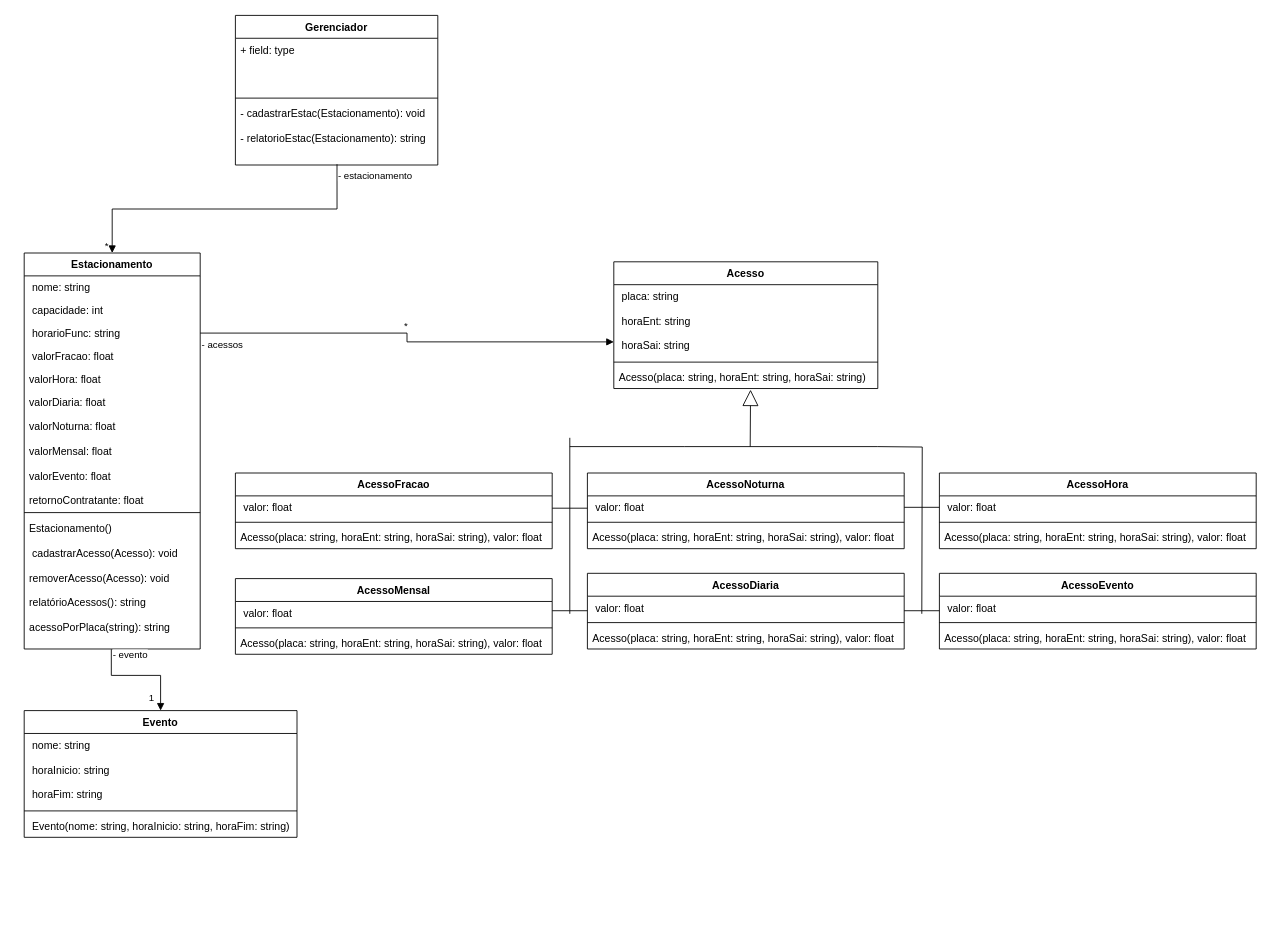
Earlier version of the draw.io diagram page "Classes" (1 of 2) of Trabalho1_estacionamento.drawio (ItaloBrunoM/OO_trabalho). Source tidied: cells renumbered, new cells numbered last; positions are measured from the earlier drawing's top-left corner, leaving out a move shared by most shapes. Both pictures are drawn from the tidied source at 88%, with x=0, y=0 at pixel (24, 15).
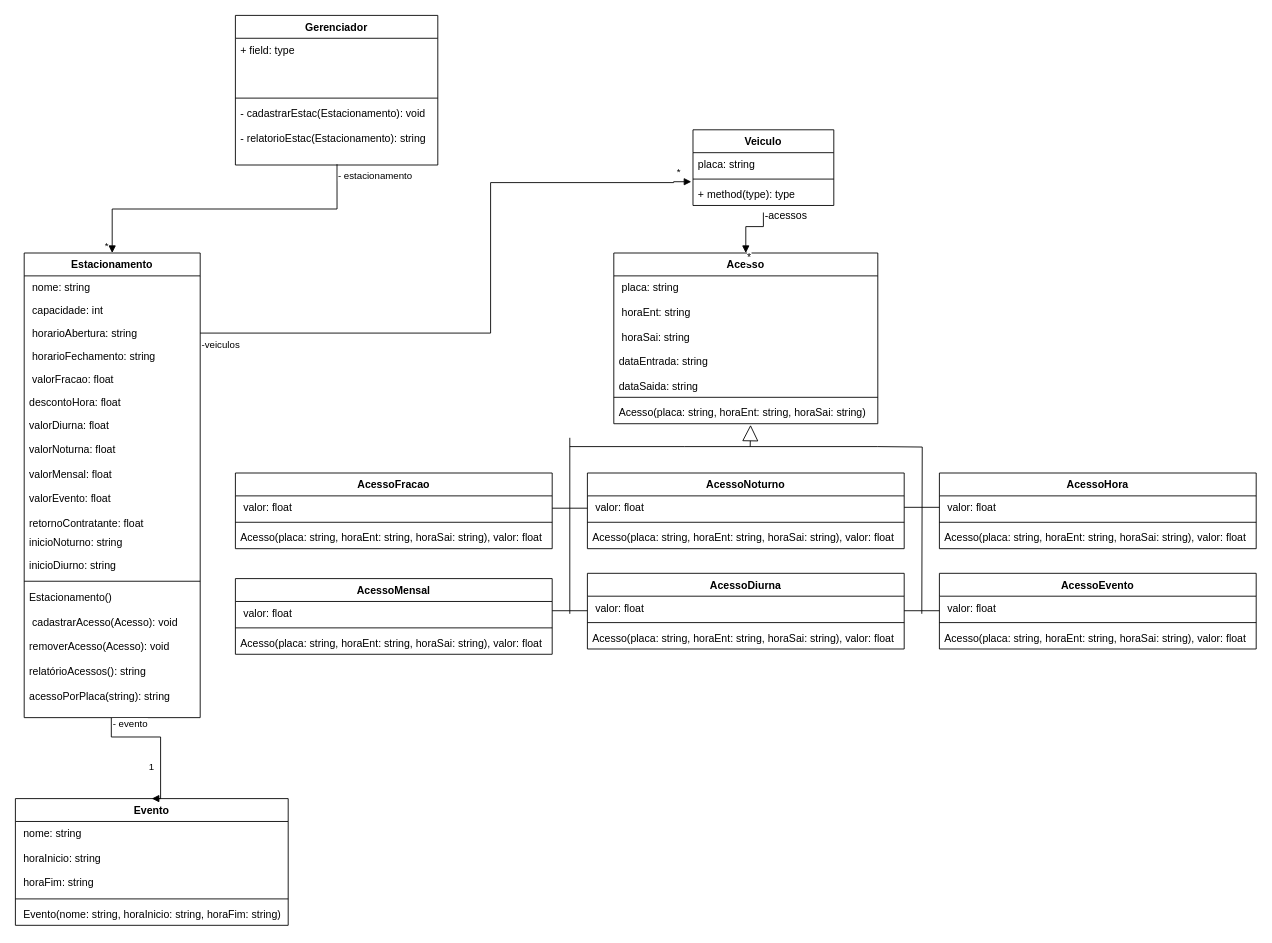
The same page after the edit.

Change to the diagram source:
```diff
@@
     <mxCell id="2" value="Estacionamento&#10;" style="swimlane;fontStyle=1;align=center;verticalAlign=top;horizontal=1;startSize=26;" parent="1" vertex="1">
-      <mxGeometry y="270" width="200" height="450" as="geometry" />
+      <mxGeometry y="270" width="200" height="528" as="geometry" />
     </mxCell>
@@
-    <mxCell id="5" value=" horarioFunc: string" style="text;strokeColor=none;fillColor=none;align=left;verticalAlign=top;spacingLeft=4;spacingRight=4;overflow=hidden;points=[[0,0.5],[1,0.5]];portConstraint=eastwest;" parent="2" vertex="1">
+    <mxCell id="5" value=" horarioAbertura: string" style="text;strokeColor=none;fillColor=none;align=left;verticalAlign=top;spacingLeft=4;spacingRight=4;overflow=hidden;points=[[0,0.5],[1,0.5]];portConstraint=eastwest;" parent="2" vertex="1">
       <mxGeometry y="78" width="200" height="26" as="geometry" />
     </mxCell>
+    <mxCell id="61" value=" horarioFechamento: string" style="text;strokeColor=none;fillColor=none;align=left;verticalAlign=top;spacingLeft=4;spacingRight=4;overflow=hidden;" parent="2" vertex="1">
+      <mxGeometry y="104" width="200" height="26" as="geometry" />
+    </mxCell>
     <mxCell id="6" value=" valorFracao: float&#10;" style="text;strokeColor=none;fillColor=none;align=left;verticalAlign=top;spacingLeft=4;spacingRight=4;overflow=hidden;" parent="2" vertex="1">
-      <mxGeometry y="104" width="200" height="26" as="geometry" />
+      <mxGeometry y="130" width="200" height="26" as="geometry" />
     </mxCell>
-    <mxCell id="7" value="valorHora: float" style="text;strokeColor=none;fillColor=none;align=left;verticalAlign=top;spacingLeft=4;spacingRight=4;overflow=hidden;" parent="2" vertex="1">
-      <mxGeometry y="130" width="200" height="26" as="geometry" />
+    <mxCell id="7" value="descontoHora: float" style="text;strokeColor=none;fillColor=none;align=left;verticalAlign=top;spacingLeft=4;spacingRight=4;overflow=hidden;" parent="2" vertex="1">
+      <mxGeometry y="156" width="200" height="26" as="geometry" />
     </mxCell>
-    <mxCell id="8" value="valorDiaria: float&#10;&#10;valorNoturna: float&#10;&#10;valorMensal: float&#10;&#10;valorEvento: float&#10;&#10;retornoContratante: float&#10;&#10;" style="text;strokeColor=none;fillColor=none;align=left;verticalAlign=top;spacingLeft=4;spacingRight=4;overflow=hidden;" parent="2" vertex="1">
-      <mxGeometry y="156" width="200" height="134" as="geometry" />
+    <mxCell id="8" value="valorDiurna: float&#10;&#10;valorNoturna: float&#10;&#10;valorMensal: float&#10;&#10;valorEvento: float&#10;&#10;retornoContratante: float&#10;&#10;" style="text;strokeColor=none;fillColor=none;align=left;verticalAlign=top;spacingLeft=4;spacingRight=4;overflow=hidden;" parent="2" vertex="1">
+      <mxGeometry y="182" width="200" height="134" as="geometry" />
     </mxCell>
+    <mxCell id="62" value="inicioNoturno: string" style="text;strokeColor=none;fillColor=none;align=left;verticalAlign=top;spacingLeft=4;spacingRight=4;overflow=hidden;" parent="2" vertex="1">
+      <mxGeometry y="316" width="200" height="26" as="geometry" />
+    </mxCell>
+    <mxCell id="63" value="inicioDiurno: string" style="text;strokeColor=none;fillColor=none;align=left;verticalAlign=top;spacingLeft=4;spacingRight=4;overflow=hidden;" parent="2" vertex="1">
+      <mxGeometry y="342" width="200" height="26" as="geometry" />
+    </mxCell>
     <mxCell id="9" style="line;strokeWidth=1;fillColor=none;align=left;verticalAlign=middle;spacingTop=-1;spacingLeft=3;spacingRight=3;labelPosition=right;" parent="2" vertex="1">
-      <mxGeometry y="290" width="200" height="10" as="geometry" />
+      <mxGeometry y="368" width="200" height="10" as="geometry" />
     </mxCell>
     <mxCell id="10" value="Estacionamento()&#10;&#10; cadastrarAcesso(Acesso): void&#10;&#10;removerAcesso(Acesso): void&#10;&#10;relatórioAcessos(): string&#10;&#10;acessoPorPlaca(string): string&#10;" style="text;strokeColor=none;fillColor=none;align=left;verticalAlign=top;spacingLeft=4;spacingRight=4;overflow=hidden;points=[[0,0.5],[1,0.5]];portConstraint=eastwest;" parent="2" vertex="1">
-      <mxGeometry y="300" width="200" height="150" as="geometry" />
+      <mxGeometry y="378" width="200" height="150" as="geometry" />
     </mxCell>
     <mxCell id="11" value="Acesso" style="swimlane;fontStyle=1;align=center;verticalAlign=top;horizontal=1;startSize=26;" parent="1" vertex="1">
-      <mxGeometry x="670" y="280" width="300" height="144" as="geometry" />
+      <mxGeometry x="670" y="270" width="300" height="194" as="geometry" />
     </mxCell>
-    <mxCell id="12" value=" placa: string&#10;&#10; horaEnt: string&#10;&#10; horaSai: string" style="text;strokeColor=none;fillColor=none;align=left;verticalAlign=top;spacingLeft=4;spacingRight=4;overflow=hidden;points=[[0,0.5],[1,0.5]];portConstraint=eastwest;" parent="11" vertex="1">
-      <mxGeometry y="26" width="300" height="84" as="geometry" />
+    <mxCell id="12" value=" placa: string&#10;&#10; horaEnt: string&#10;&#10; horaSai: string&#10;&#10;dataEntrada: string&#10;&#10;dataSaida: string" style="text;strokeColor=none;fillColor=none;align=left;verticalAlign=top;spacingLeft=4;spacingRight=4;overflow=hidden;points=[[0,0.5],[1,0.5]];portConstraint=eastwest;" parent="11" vertex="1">
+      <mxGeometry y="26" width="300" height="134" as="geometry" />
     </mxCell>
     <mxCell id="13" style="line;strokeWidth=1;fillColor=none;align=left;verticalAlign=middle;spacingTop=-1;spacingLeft=3;spacingRight=3;labelPosition=right;" parent="11" vertex="1">
-      <mxGeometry y="110" width="300" height="8" as="geometry" />
+      <mxGeometry y="160" width="300" height="8" as="geometry" />
     </mxCell>
     <mxCell id="14" value="Acesso(placa: string, horaEnt: string, horaSai: string)" style="text;strokeColor=none;fillColor=none;align=left;verticalAlign=top;spacingLeft=4;spacingRight=4;overflow=hidden;points=[[0,0.5],[1,0.5]];portConstraint=eastwest;" parent="11" vertex="1">
-      <mxGeometry y="118" width="300" height="26" as="geometry" />
+      <mxGeometry y="168" width="300" height="26" as="geometry" />
     </mxCell>
-    <mxCell id="15" value="- acessos" style="endArrow=block;endFill=1;html=1;edgeStyle=orthogonalEdgeStyle;align=left;verticalAlign=top;rounded=0;exitX=1;exitY=0.5;exitDx=0;exitDy=0;entryX=0;entryY=0.774;entryDx=0;entryDy=0;entryPerimeter=0;" parent="1" edge="1" source="5" target="12">
-      <mxGeometry x="-1" relative="1" as="geometry" />
+    <mxCell id="15" value="-veiculos" style="endArrow=block;endFill=1;html=1;edgeStyle=orthogonalEdgeStyle;align=left;verticalAlign=top;rounded=0;exitX=1;exitY=0.5;exitDx=0;exitDy=0;entryX=-0.012;entryY=-0.038;entryDx=0;entryDy=0;entryPerimeter=0;" parent="1" edge="1" source="5" target="67">
+      <mxGeometry x="-1" relative="1" as="geometry">
+        <Array as="points">
+          <mxPoint x="530" y="361" />
+          <mxPoint x="530" y="190" />
+          <mxPoint x="738" y="190" />
+        </Array>
+      </mxGeometry>
     </mxCell>
     <mxCell id="16" value="*" style="edgeLabel;html=1;align=left;verticalAlign=bottom;" parent="15" vertex="1">
       <mxGeometry x="-1" relative="1" as="geometry">
-        <mxPoint x="230" as="offset" />
+        <mxPoint x="540" y="-175" as="offset" />
       </mxGeometry>
     </mxCell>
@@
-    <mxCell id="21" value="AcessoNoturna" style="swimlane;fontStyle=1;align=center;verticalAlign=top;horizontal=1;startSize=26;" parent="1" vertex="1">
+    <mxCell id="21" value="AcessoNoturno" style="swimlane;fontStyle=1;align=center;verticalAlign=top;horizontal=1;startSize=26;" parent="1" vertex="1">
       <mxGeometry x="640" y="520" width="360" height="86" as="geometry" />
     </mxCell>
@@
-    <mxCell id="33" value="AcessoDiaria" style="swimlane;fontStyle=1;align=center;verticalAlign=top;horizontal=1;startSize=26;" parent="1" vertex="1">
+    <mxCell id="33" value="AcessoDiurna" style="swimlane;fontStyle=1;align=center;verticalAlign=top;horizontal=1;startSize=26;" parent="1" vertex="1">
       <mxGeometry x="640" y="634" width="360" height="86" as="geometry" />
     </mxCell>
@@
     <mxCell id="41" value="Evento" style="swimlane;fontStyle=1;align=center;verticalAlign=top;horizontal=1;startSize=26;" parent="1" vertex="1">
-      <mxGeometry y="790" width="310" height="144" as="geometry" />
+      <mxGeometry x="-10" y="890" width="310" height="144" as="geometry" />
     </mxCell>
@@
     <mxCell id="53" value="- evento" style="endArrow=block;endFill=1;html=1;edgeStyle=orthogonalEdgeStyle;align=left;verticalAlign=top;rounded=0;entryX=0.5;entryY=0;entryDx=0;entryDy=0;exitX=0.495;exitY=1.002;exitDx=0;exitDy=0;exitPerimeter=0;" parent="1" edge="1" source="10" target="41">
       <mxGeometry x="-1" y="-6" relative="1" as="geometry">
         <Array as="points">
-          <mxPoint x="99" y="750" />
-          <mxPoint x="155" y="750" />
+          <mxPoint x="99" y="820" />
+          <mxPoint x="155" y="820" />
+          <mxPoint x="155" y="890" />
         </Array>
         <mxPoint x="6" y="-6" as="offset" />
       </mxGeometry>
     </mxCell>
@@
+    <mxCell id="64" value="Veiculo" style="swimlane;fontStyle=1;align=center;verticalAlign=top;horizontal=1;startSize=26;labelBackgroundColor=#FFFFFF;fontFamily=Helvetica;fontSize=12;fontColor=#000000;" parent="1" vertex="1">
+      <mxGeometry x="760" y="130" width="160" height="86" as="geometry" />
+    </mxCell>
+    <mxCell id="65" value="placa: string" style="text;strokeColor=none;fillColor=none;align=left;verticalAlign=top;spacingLeft=4;spacingRight=4;overflow=hidden;labelBackgroundColor=#FFFFFF;fontFamily=Helvetica;fontSize=12;fontColor=#000000;" parent="64" vertex="1">
+      <mxGeometry y="26" width="160" height="26" as="geometry" />
+    </mxCell>
+    <mxCell id="66" style="line;strokeWidth=1;fillColor=none;align=left;verticalAlign=middle;spacingTop=-1;spacingLeft=3;spacingRight=3;labelPosition=right;labelBackgroundColor=#FFFFFF;fontFamily=Helvetica;fontSize=12;fontColor=#000000;" parent="64" vertex="1">
+      <mxGeometry y="52" width="160" height="8" as="geometry" />
+    </mxCell>
+    <mxCell id="67" value="+ method(type): type" style="text;strokeColor=none;fillColor=none;align=left;verticalAlign=top;spacingLeft=4;spacingRight=4;overflow=hidden;points=[[0,0.5],[1,0.5]];portConstraint=eastwest;labelBackgroundColor=#FFFFFF;fontFamily=Helvetica;fontSize=12;fontColor=#000000;" parent="64" vertex="1">
+      <mxGeometry y="60" width="160" height="26" as="geometry" />
+    </mxCell>
+    <mxCell id="68" value="-acessos" style="endArrow=block;endFill=1;html=1;edgeStyle=orthogonalEdgeStyle;align=left;verticalAlign=top;rounded=0;fontFamily=Helvetica;fontSize=12;fontColor=#000000;exitX=0.5;exitY=1.308;exitDx=0;exitDy=0;exitPerimeter=0;" parent="1" edge="1" source="67" target="11">
+      <mxGeometry x="-1" y="-10" relative="1" as="geometry">
+        <Array as="points">
+          <mxPoint x="820" y="240" />
+        </Array>
+        <mxPoint x="10" y="-10" as="offset" />
+      </mxGeometry>
+    </mxCell>
+    <mxCell id="69" value="*" style="edgeLabel;html=1;align=left;verticalAlign=bottom;labelBackgroundColor=#FFFFFF;fontFamily=Helvetica;fontSize=12;fontColor=#000000;" parent="68" vertex="1">
+      <mxGeometry x="-1" relative="1" as="geometry">
+        <mxPoint x="-20" y="60" as="offset" />
+      </mxGeometry>
+    </mxCell>
```
